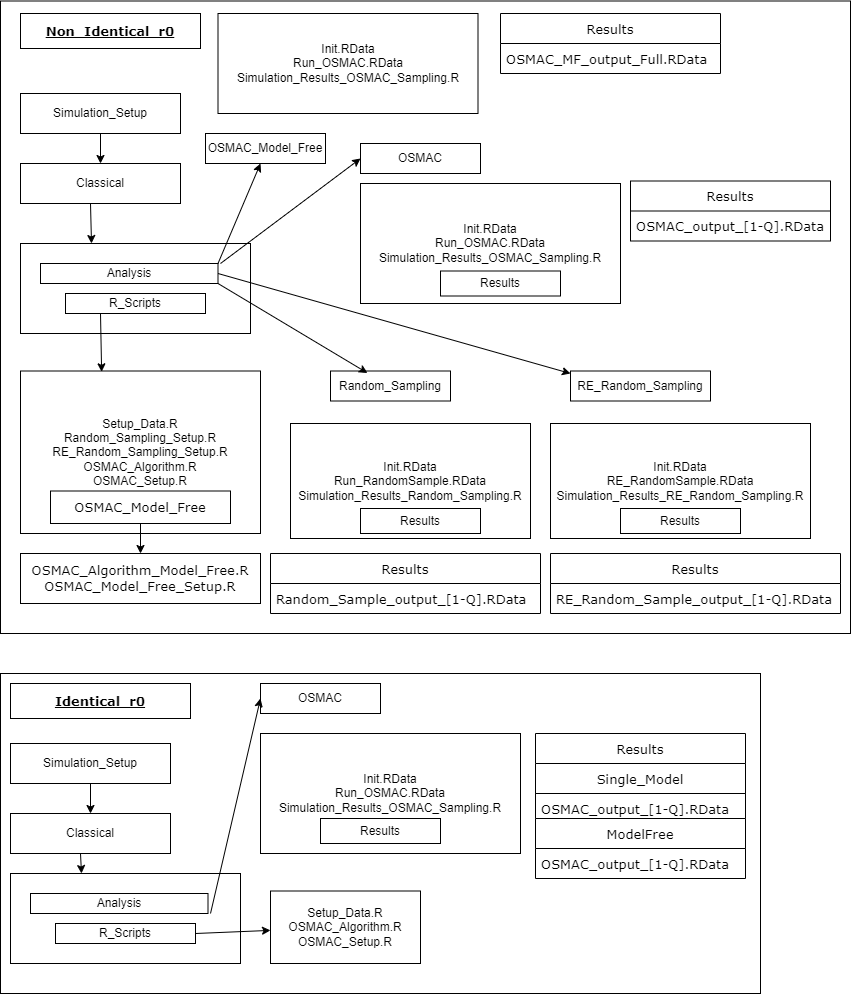
Before: Images/Simulation_Setup.png, a diagram exported from draw.io (Amalan-ConStat/RM_AM_MF_LR_RWS_NYC_Taxi_Fare_2013_Full). Source tidied: cells renumbered, new cells last; positions are measured from the earlier drawing's top-left corner, leaving out a move shared by most shapes.
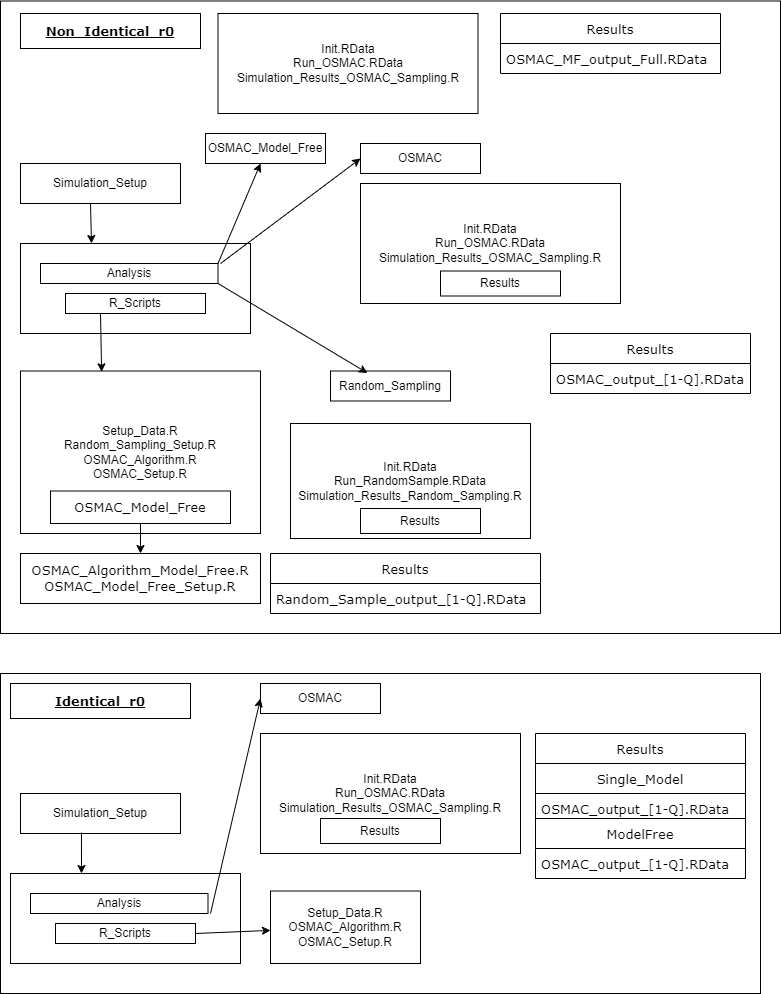
Later version of the same file.

The edit, as a diff of the source:
```diff
@@ -6,27 +6,21 @@
       <mxGeometry y="672" width="760" height="320" as="geometry" />
     </mxCell>
     <mxCell id="3" style="rounded=0;whiteSpace=wrap;html=1;fontFamily=Verdana;fontSize=13;fontColor=#000000;" parent="1" vertex="1">
-      <mxGeometry y="-0.5" width="850" height="632.5" as="geometry" />
+      <mxGeometry y="-0.5" width="780" height="632.5" as="geometry" />
     </mxCell>
     <mxCell id="4" value="&lt;br&gt;&lt;br&gt;" style="rounded=0;whiteSpace=wrap;html=1;" parent="1" vertex="1">
       <mxGeometry x="20" y="242" width="230" height="90" as="geometry" />
     </mxCell>
     <mxCell id="5" value="Simulation_Setup" style="rounded=0;whiteSpace=wrap;html=1;" parent="1" vertex="1">
-      <mxGeometry x="20" y="92" width="160" height="40" as="geometry" />
+      <mxGeometry x="20" y="162" width="160" height="40" as="geometry" />
     </mxCell>
-    <mxCell id="6" value="Classical" style="rounded=0;whiteSpace=wrap;html=1;" parent="1" vertex="1">
-      <mxGeometry x="20" y="162" width="160" height="40" as="geometry" />
-    </mxCell>
     <mxCell id="7" value="&lt;span style=&quot;white-space: normal&quot;&gt;R_Scripts&lt;/span&gt;" style="rounded=0;whiteSpace=wrap;html=1;" parent="1" vertex="1">
       <mxGeometry x="65" y="292" width="140" height="20" as="geometry" />
     </mxCell>
     <mxCell id="8" value="Analysis" style="rounded=0;whiteSpace=wrap;html=1;" parent="1" vertex="1">
       <mxGeometry x="40" y="262" width="177.5" height="20" as="geometry" />
     </mxCell>
-    <mxCell id="9" style="endArrow=classic;html=1;exitX=0.5;exitY=1;exitDx=0;exitDy=0;entryX=0.5;entryY=0;entryDx=0;entryDy=0;" parent="1" edge="1" source="5" target="6">
-      <mxGeometry relative="1" as="geometry" />
-    </mxCell>
-    <mxCell id="10" value="Setup_Data.R&lt;br&gt;Random_Sampling_Setup.R&lt;br&gt;RE_Random_Sampling_Setup.R&lt;br&gt;OSMAC_Algorithm.R&lt;br&gt;OSMAC_Setup.R" style="rounded=0;whiteSpace=wrap;html=1;" parent="1" vertex="1">
+    <mxCell id="10" value="Setup_Data.R&lt;br&gt;Random_Sampling_Setup.R&lt;br&gt;OSMAC_Algorithm.R&lt;br&gt;OSMAC_Setup.R" style="rounded=0;whiteSpace=wrap;html=1;" parent="1" vertex="1">
       <mxGeometry x="20" y="369.5" width="240" height="162.5" as="geometry" />
     </mxCell>
     <mxCell id="11" style="endArrow=classic;html=1;entryX=0.338;entryY=0.005;entryDx=0;entryDy=0;entryPerimeter=0;exitX=0.25;exitY=1;exitDx=0;exitDy=0;" parent="1" edge="1" source="7" target="10">
@@ -35,9 +29,6 @@
     <mxCell id="12" value="Random_Sampling" style="rounded=0;whiteSpace=wrap;html=1;" parent="1" vertex="1">
       <mxGeometry x="330" y="369.5" width="120" height="30" as="geometry" />
     </mxCell>
-    <mxCell id="13" value="RE_Random_Sampling" style="rounded=0;whiteSpace=wrap;html=1;" parent="1" vertex="1">
-      <mxGeometry x="570" y="369.5" width="140" height="30" as="geometry" />
-    </mxCell>
     <mxCell id="14" value="OSMAC" style="rounded=0;whiteSpace=wrap;html=1;" parent="1" vertex="1">
       <mxGeometry x="360" y="142" width="120" height="30" as="geometry" />
     </mxCell>
@@ -47,26 +38,15 @@
     <mxCell id="16" value="Results" style="rounded=0;whiteSpace=wrap;html=1;" parent="1" vertex="1">
       <mxGeometry x="360" y="507" width="120" height="25" as="geometry" />
     </mxCell>
-    <mxCell id="17" value="Init.RData&lt;br&gt;RE_RandomSample.RData&lt;br&gt;Simulation_Results_RE_Random_Sampling.R" style="rounded=0;whiteSpace=wrap;html=1;" parent="1" vertex="1">
-      <mxGeometry x="550" y="422" width="260" height="115" as="geometry" />
-    </mxCell>
     <mxCell id="18" value="Init.RData&lt;br&gt;Run_OSMAC.RData&lt;br&gt;Simulation_Results_OSMAC_Sampling.R" style="rounded=0;whiteSpace=wrap;html=1;" parent="1" vertex="1">
       <mxGeometry x="360" y="182" width="260" height="120" as="geometry" />
     </mxCell>
-    <mxCell id="19" value="Results" style="rounded=0;whiteSpace=wrap;html=1;" parent="1" vertex="1">
-      <mxGeometry x="620" y="507" width="120" height="25" as="geometry" />
-    </mxCell>
     <mxCell id="20" value="Results" style="rounded=0;whiteSpace=wrap;html=1;" parent="1" vertex="1">
       <mxGeometry x="440" y="269.5" width="120" height="25" as="geometry" />
     </mxCell>
     <mxCell id="21" style="endArrow=classic;html=1;exitX=1;exitY=1;exitDx=0;exitDy=0;entryX=0.308;entryY=0.067;entryDx=0;entryDy=0;entryPerimeter=0;" parent="1" edge="1" source="8" target="12">
       <mxGeometry relative="1" as="geometry" />
     </mxCell>
-    <mxCell id="22" style="endArrow=classic;html=1;exitX=1;exitY=0.5;exitDx=0;exitDy=0;" parent="1" edge="1" source="8">
-      <mxGeometry relative="1" as="geometry">
-        <mxPoint x="570" y="372" as="targetPoint" />
-      </mxGeometry>
-    </mxCell>
     <mxCell id="23" style="endArrow=classic;html=1;entryX=0;entryY=0.5;entryDx=0;entryDy=0;" parent="1" edge="1" target="14">
       <mxGeometry relative="1" as="geometry">
         <mxPoint x="220" y="262" as="sourcePoint" />
@@ -92,11 +72,8 @@
     <mxCell id="29" value="Random_Sample_output_[1-Q].RData" style="text;strokeColor=none;fillColor=none;align=left;verticalAlign=middle;spacingLeft=4;spacingRight=4;overflow=hidden;fontFamily=Verdana;fontSize=13;fontColor=#000000;" parent="28" vertex="1">
       <mxGeometry y="30" width="270" height="30" as="geometry" />
     </mxCell>
-    <mxCell id="30" value="Results" style="swimlane;fontStyle=0;horizontal=1;startSize=30;fontFamily=Verdana;fontSize=13;fontColor=#000000;" parent="1" vertex="1">
-      <mxGeometry x="550" y="552" width="290" height="60" as="geometry" />
-    </mxCell>
     <mxCell id="31" value="Results" style="swimlane;fontStyle=0;horizontal=1;startSize=30;fontFamily=Verdana;fontSize=13;fontColor=#000000;" parent="1" vertex="1">
-      <mxGeometry x="630" y="179.5" width="200" height="60" as="geometry" />
+      <mxGeometry x="550" y="332" width="200" height="60" as="geometry" />
     </mxCell>
     <mxCell id="32" value="OSMAC_output_[1-Q].RData" style="text;strokeColor=none;fillColor=none;align=left;verticalAlign=middle;spacingLeft=4;spacingRight=4;overflow=hidden;fontFamily=Verdana;fontSize=13;fontColor=#000000;" parent="31" vertex="1">
       <mxGeometry y="30" width="200" height="30" as="geometry" />
@@ -128,20 +105,14 @@
       <mxGeometry x="10" y="872" width="230" height="90" as="geometry" />
     </mxCell>
     <mxCell id="40" value="Simulation_Setup" style="rounded=0;whiteSpace=wrap;html=1;" parent="1" vertex="1">
-      <mxGeometry x="10" y="742" width="160" height="40" as="geometry" />
+      <mxGeometry x="20" y="792" width="160" height="40" as="geometry" />
     </mxCell>
-    <mxCell id="41" value="Classical" style="rounded=0;whiteSpace=wrap;html=1;" parent="1" vertex="1">
-      <mxGeometry x="10" y="812" width="160" height="40" as="geometry" />
-    </mxCell>
     <mxCell id="42" value="&lt;span style=&quot;white-space: normal&quot;&gt;R_Scripts&lt;/span&gt;" style="rounded=0;whiteSpace=wrap;html=1;" parent="1" vertex="1">
       <mxGeometry x="55" y="922" width="140" height="20" as="geometry" />
     </mxCell>
     <mxCell id="43" value="Analysis" style="rounded=0;whiteSpace=wrap;html=1;" parent="1" vertex="1">
       <mxGeometry x="30" y="892" width="177.5" height="20" as="geometry" />
     </mxCell>
-    <mxCell id="44" style="endArrow=classic;html=1;exitX=0.5;exitY=1;exitDx=0;exitDy=0;entryX=0.5;entryY=0;entryDx=0;entryDy=0;" parent="1" edge="1" source="40" target="41">
-      <mxGeometry relative="1" as="geometry" />
-    </mxCell>
     <mxCell id="45" value="Setup_Data.R&lt;br&gt;OSMAC_Algorithm.R&lt;br&gt;OSMAC_Setup.R" style="rounded=0;whiteSpace=wrap;html=1;" parent="1" vertex="1">
       <mxGeometry x="270" y="889.5" width="150" height="72.5" as="geometry" />
     </mxCell>
@@ -180,14 +151,10 @@
     <mxCell id="56" value="OSMAC_output_[1-Q].RData" style="text;strokeColor=none;fillColor=none;align=left;verticalAlign=middle;spacingLeft=4;spacingRight=4;overflow=hidden;fontFamily=Verdana;fontSize=13;fontColor=#000000;" parent="55" vertex="1">
       <mxGeometry y="30" width="210" height="30" as="geometry" />
     </mxCell>
-    <mxCell id="57" style="endArrow=classic;html=1;exitX=0.25;exitY=1;exitDx=0;exitDy=0;" parent="1" edge="1">
+    <mxCell id="57" style="endArrow=classic;html=1;exitX=0.381;exitY=0.975;exitDx=0;exitDy=0;exitPerimeter=0;" parent="1" edge="1" source="40">
       <mxGeometry relative="1" as="geometry">
-        <mxPoint x="80" y="852" as="sourcePoint" />
         <mxPoint x="81" y="872" as="targetPoint" />
       </mxGeometry>
     </mxCell>
-    <mxCell id="58" value="RE_Random_Sample_output_[1-Q].RData" style="text;strokeColor=none;fillColor=none;align=left;verticalAlign=middle;spacingLeft=4;spacingRight=4;overflow=hidden;fontFamily=Verdana;fontSize=13;fontColor=#000000;" parent="1" vertex="1">
-      <mxGeometry x="550" y="582" width="290" height="30" as="geometry" />
-    </mxCell>
   </root>
 </mxGraphModel>
```
